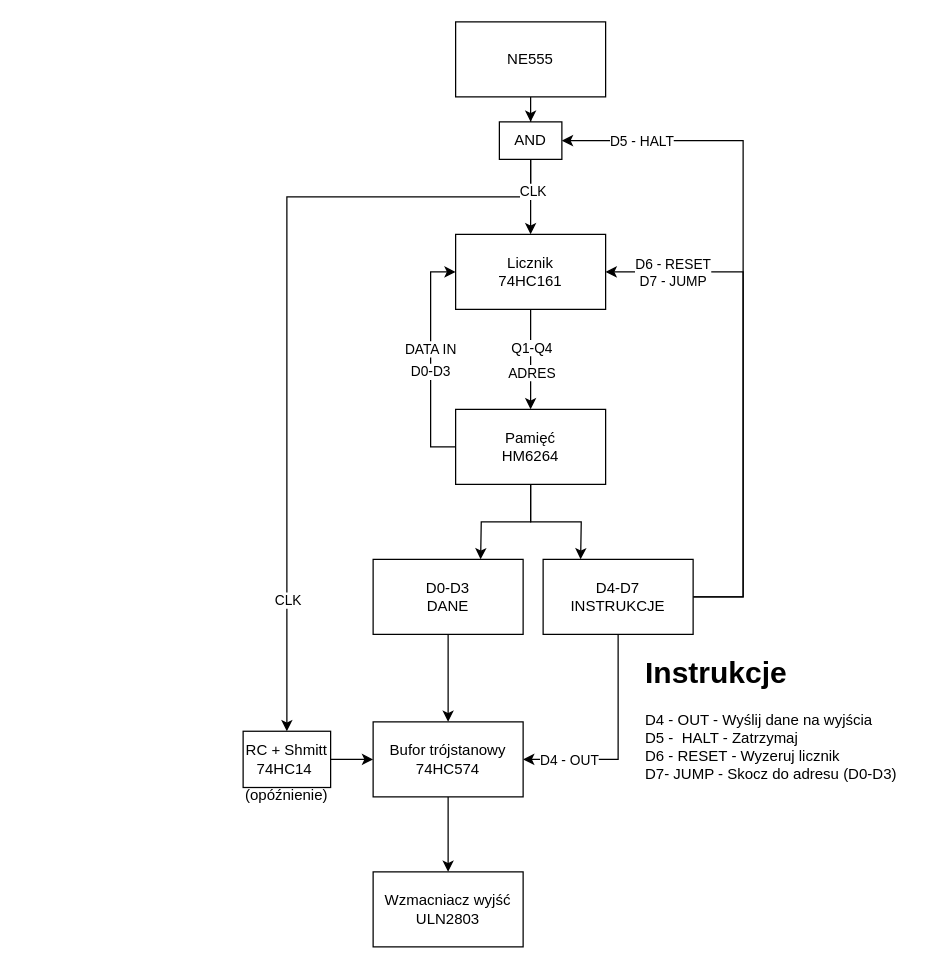
This is docs/Block-Diagram.drawio from JBogac/picoControler, a draw.io file, before an edit. Source tidied: cells renumbered, new cells numbered last; positions are measured from the earlier drawing's top-left corner, leaving out a move shared by most shapes. Both pictures are drawn from the tidied source at 125%, with x=0, y=0 at pixel (242, 21).
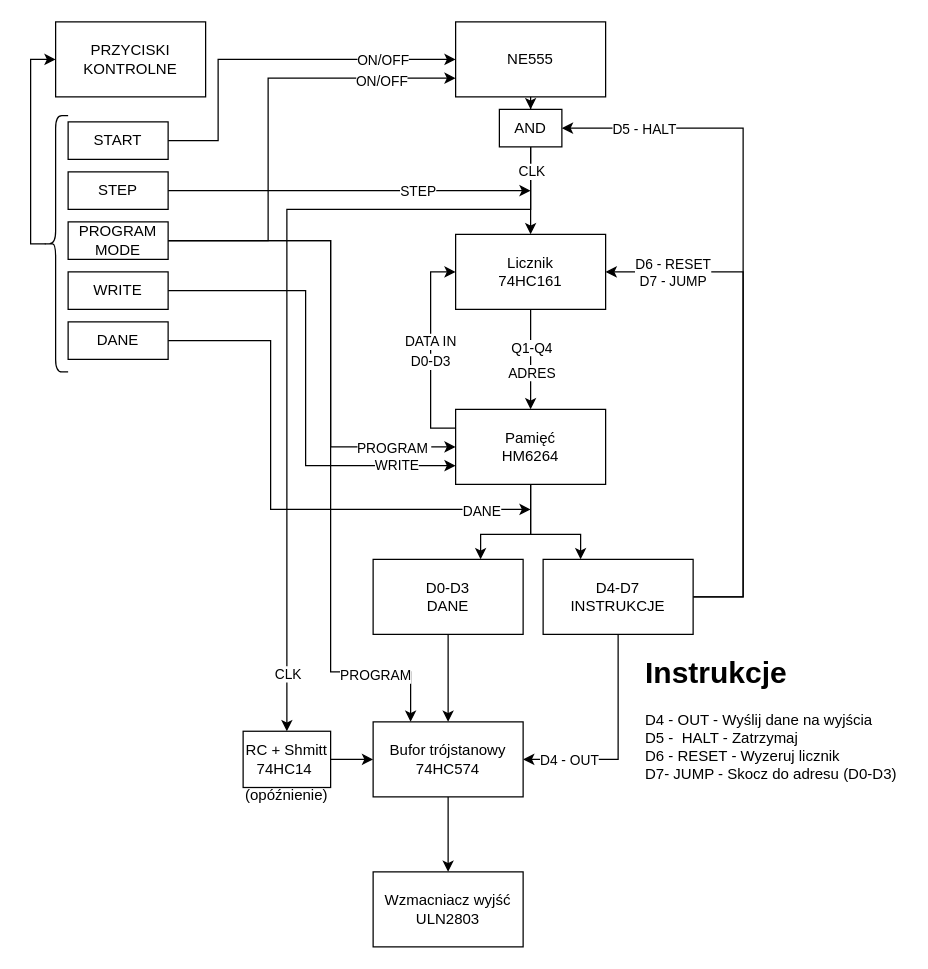
The same page after the edit.

Commit message (it also covers changes not shown here):
Dodano Sterowanie do diagramu blokowego

Unchanged cells that the change refers to:
```xml
<mxCell id="5" value="NE555" style="rounded=0;whiteSpace=wrap;html=1;" parent="1" vertex="1">
  <mxGeometry x="170" width="120" height="60" as="geometry" />
</mxCell>
<mxCell id="9" value="Licznik&lt;div&gt;74HC161&lt;/div&gt;" style="rounded=0;whiteSpace=wrap;html=1;" parent="1" vertex="1">
  <mxGeometry x="170" y="170" width="120" height="60" as="geometry" />
</mxCell>
<mxCell id="15" value="Pamięć&lt;div&gt;HM6264&lt;/div&gt;" style="rounded=0;whiteSpace=wrap;html=1;" parent="1" vertex="1">
  <mxGeometry x="170" y="310" width="120" height="60" as="geometry" />
</mxCell>
<mxCell id="24" value="D4-D7&lt;div&gt;INSTRUKCJE&lt;/div&gt;" style="whiteSpace=wrap;html=1;" parent="1" vertex="1">
  <mxGeometry x="240" y="430" width="120" height="60" as="geometry" />
</mxCell>
<mxCell id="26" style="edgeStyle=orthogonalEdgeStyle;rounded=0;jettySize=auto;html=1;exitX=0.5;exitY=1;exitDx=0;exitDy=0;entryX=0.5;entryY=0;entryDx=0;entryDy=0;" parent="1" edge="1" source="28" target="9">
  <mxGeometry relative="1" as="geometry" />
</mxCell>
<mxCell id="30" value="&lt;div&gt;Bufor trójstanowy&lt;/div&gt;74HC574 " style="whiteSpace=wrap;html=1;" parent="1" vertex="1">
  <mxGeometry x="104" y="560" width="120" height="60" as="geometry" />
</mxCell>
<mxCell id="33" value="RC + Shmitt&lt;div&gt;74HC14&amp;nbsp;&lt;/div&gt;" style="whiteSpace=wrap;html=1;" parent="1" vertex="1">
  <mxGeometry y="567.5" width="70" height="45" as="geometry" />
</mxCell>
```

Diff of the diagram source:
```diff
@@
     <mxCell id="3" style="edgeStyle=orthogonalEdgeStyle;rounded=0;jettySize=auto;html=1;entryX=0.5;entryY=0;entryDx=0;entryDy=0;exitX=0.5;exitY=1;exitDx=0;exitDy=0;" parent="1" edge="1" source="28" target="33">
       <mxGeometry relative="1" as="geometry">
         <Array as="points">
-          <mxPoint x="230" y="140" />
-          <mxPoint x="35" y="140" />
+          <mxPoint x="230" y="150" />
+          <mxPoint x="35" y="150" />
         </Array>
       </mxGeometry>
     </mxCell>
     <mxCell id="4" value="CLK" style="edgeLabel;html=1;align=center;verticalAlign=middle;" parent="3" vertex="1">
       <mxGeometry x="0.74" relative="1" as="geometry">
-        <mxPoint y="-21" as="offset" />
+        <mxPoint y="40" as="offset" />
       </mxGeometry>
     </mxCell>
@@
-    <mxCell id="10" style="edgeStyle=orthogonalEdgeStyle;rounded=0;jettySize=auto;html=1;entryX=0;entryY=0.5;entryDx=0;entryDy=0;exitX=0;exitY=0.5;exitDx=0;exitDy=0;" parent="1" edge="1" source="15" target="9">
+    <mxCell id="10" style="edgeStyle=orthogonalEdgeStyle;rounded=0;jettySize=auto;html=1;entryX=0;entryY=0.5;entryDx=0;entryDy=0;exitX=0;exitY=0.25;exitDx=0;exitDy=0;" parent="1" edge="1" source="15" target="9">
       <mxGeometry relative="1" as="geometry">
         <Array as="points">
-          <mxPoint x="150" y="340" />
+          <mxPoint x="150" y="325" />
           <mxPoint x="150" y="200" />
         </Array>
       </mxGeometry>
     </mxCell>
@@
     <mxCell id="13" style="edgeStyle=orthogonalEdgeStyle;rounded=0;jettySize=auto;html=1;exitX=0.5;exitY=1;exitDx=0;exitDy=0;" parent="1" edge="1" source="15">
       <mxGeometry relative="1" as="geometry">
         <mxPoint x="190" y="430" as="targetPoint" />
+        <Array as="points">
+          <mxPoint x="230" y="410" />
+          <mxPoint x="190" y="410" />
+        </Array>
       </mxGeometry>
     </mxCell>
     <mxCell id="14" style="edgeStyle=orthogonalEdgeStyle;rounded=0;jettySize=auto;html=1;exitX=0.5;exitY=1;exitDx=0;exitDy=0;" parent="1" edge="1" source="15">
       <mxGeometry relative="1" as="geometry">
         <mxPoint x="270" y="430" as="targetPoint" />
+        <Array as="points">
+          <mxPoint x="230" y="410" />
+          <mxPoint x="270" y="410" />
+        </Array>
       </mxGeometry>
     </mxCell>
@@
     <mxCell id="20" style="edgeStyle=orthogonalEdgeStyle;rounded=0;jettySize=auto;html=1;exitX=1;exitY=0.5;exitDx=0;exitDy=0;entryX=1;entryY=0.5;entryDx=0;entryDy=0;" parent="1" edge="1" source="24" target="28">
       <mxGeometry relative="1" as="geometry">
         <Array as="points">
           <mxPoint x="400" y="460" />
-          <mxPoint x="400" y="95" />
+          <mxPoint x="400" y="85" />
         </Array>
       </mxGeometry>
     </mxCell>
@@
     <mxCell id="27" value="CLK" style="edgeLabel;html=1;align=center;verticalAlign=middle;" parent="26" vertex="1">
-      <mxGeometry x="-0.16" y="1" relative="1" as="geometry" />
+      <mxGeometry x="-0.16" y="1" relative="1" as="geometry">
+        <mxPoint x="-1" y="-10" as="offset" />
+      </mxGeometry>
     </mxCell>
     <mxCell id="28" value="AND" style="whiteSpace=wrap;html=1;" parent="1" vertex="1">
-      <mxGeometry x="205" y="80" width="50" height="30" as="geometry" />
+      <mxGeometry x="205" y="70" width="50" height="30" as="geometry" />
     </mxCell>
@@
+    <mxCell id="35" value="PRZYCISKI KONTROLNE" style="rounded=0;whiteSpace=wrap;html=1;" parent="1" vertex="1">
+      <mxGeometry x="-150" width="120" height="60" as="geometry" />
+    </mxCell>
+    <mxCell id="36" style="edgeStyle=orthogonalEdgeStyle;rounded=0;jettySize=auto;html=1;exitX=1;exitY=0.5;exitDx=0;exitDy=0;entryX=0;entryY=0.5;entryDx=0;entryDy=0;" parent="1" edge="1" source="38" target="5">
+      <mxGeometry relative="1" as="geometry">
+        <Array as="points">
+          <mxPoint x="-20" y="95" />
+          <mxPoint x="-20" y="30" />
+        </Array>
+      </mxGeometry>
+    </mxCell>
+    <mxCell id="37" value="ON/OFF" style="edgeLabel;html=1;align=center;verticalAlign=middle;" parent="36" vertex="1">
+      <mxGeometry x="0.62" y="2" relative="1" as="geometry">
+        <mxPoint x="-3" y="2" as="offset" />
+      </mxGeometry>
+    </mxCell>
+    <mxCell id="38" value="START" style="rounded=0;whiteSpace=wrap;html=1;" parent="1" vertex="1">
+      <mxGeometry x="-140" y="80" width="80" height="30" as="geometry" />
+    </mxCell>
+    <mxCell id="39" style="edgeStyle=orthogonalEdgeStyle;rounded=0;jettySize=auto;html=1;exitX=1;exitY=0.5;exitDx=0;exitDy=0;" parent="1" edge="1" source="41">
+      <mxGeometry relative="1" as="geometry">
+        <mxPoint x="230" y="135" as="targetPoint" />
+        <Array as="points">
+          <mxPoint x="230" y="135" />
+        </Array>
+      </mxGeometry>
+    </mxCell>
+    <mxCell id="40" value="STEP" style="edgeLabel;html=1;align=center;verticalAlign=middle;" parent="39" vertex="1">
+      <mxGeometry x="0.51" y="1" relative="1" as="geometry">
+        <mxPoint x="-20" y="1" as="offset" />
+      </mxGeometry>
+    </mxCell>
+    <mxCell id="41" value="STEP" style="rounded=0;whiteSpace=wrap;html=1;" parent="1" vertex="1">
+      <mxGeometry x="-140" y="120" width="80" height="30" as="geometry" />
+    </mxCell>
+    <mxCell id="42" style="edgeStyle=orthogonalEdgeStyle;rounded=0;jettySize=auto;html=1;exitX=1;exitY=0.5;exitDx=0;exitDy=0;entryX=0;entryY=0.75;entryDx=0;entryDy=0;" parent="1" edge="1" source="48" target="5">
+      <mxGeometry relative="1" as="geometry">
+        <Array as="points">
+          <mxPoint x="20" y="175" />
+          <mxPoint x="20" y="45" />
+        </Array>
+      </mxGeometry>
+    </mxCell>
+    <mxCell id="43" value="ON/OFF" style="edgeLabel;html=1;align=center;verticalAlign=middle;" parent="42" vertex="1">
+      <mxGeometry x="0.72" y="-2" relative="1" as="geometry">
+        <mxPoint x="-10" as="offset" />
+      </mxGeometry>
+    </mxCell>
+    <mxCell id="44" style="edgeStyle=orthogonalEdgeStyle;rounded=0;jettySize=auto;html=1;exitX=1;exitY=0.5;exitDx=0;exitDy=0;entryX=0;entryY=0.5;entryDx=0;entryDy=0;" parent="1" edge="1" source="48" target="15">
+      <mxGeometry relative="1" as="geometry">
+        <Array as="points">
+          <mxPoint x="70" y="175" />
+          <mxPoint x="70" y="340" />
+        </Array>
+      </mxGeometry>
+    </mxCell>
+    <mxCell id="45" value="PROGRAM&amp;nbsp;" style="edgeLabel;html=1;align=center;verticalAlign=middle;imageWidth=24;" parent="44" vertex="1">
+      <mxGeometry x="0.73" y="-2" relative="1" as="geometry">
+        <mxPoint x="3" y="-2" as="offset" />
+      </mxGeometry>
+    </mxCell>
+    <mxCell id="46" style="edgeStyle=orthogonalEdgeStyle;rounded=0;jettySize=auto;html=1;exitX=1;exitY=0.5;exitDx=0;exitDy=0;entryX=0.25;entryY=0;entryDx=0;entryDy=0;" parent="1" edge="1" source="48" target="30">
+      <mxGeometry relative="1" as="geometry">
+        <Array as="points">
+          <mxPoint x="70" y="175" />
+          <mxPoint x="70" y="520" />
+          <mxPoint x="134" y="520" />
+        </Array>
+      </mxGeometry>
+    </mxCell>
+    <mxCell id="47" value="PROGRAM" style="edgeLabel;html=1;align=center;verticalAlign=middle;" parent="46" vertex="1">
+      <mxGeometry x="0.76" y="-2" relative="1" as="geometry" />
+    </mxCell>
+    <mxCell id="48" value="PROGRAM MODE" style="rounded=0;whiteSpace=wrap;html=1;" parent="1" vertex="1">
+      <mxGeometry x="-140" y="160" width="80" height="30" as="geometry" />
+    </mxCell>
+    <mxCell id="49" style="edgeStyle=orthogonalEdgeStyle;rounded=0;jettySize=auto;html=1;exitX=1;exitY=0.5;exitDx=0;exitDy=0;entryX=0;entryY=0.75;entryDx=0;entryDy=0;" parent="1" edge="1" source="51" target="15">
+      <mxGeometry relative="1" as="geometry">
+        <Array as="points">
+          <mxPoint x="50" y="215" />
+          <mxPoint x="50" y="355" />
+        </Array>
+      </mxGeometry>
+    </mxCell>
+    <mxCell id="50" value="WRITE" style="edgeLabel;html=1;align=center;verticalAlign=middle;" parent="49" vertex="1">
+      <mxGeometry x="0.74" y="1" relative="1" as="geometry" />
+    </mxCell>
+    <mxCell id="51" value="WRITE" style="rounded=0;whiteSpace=wrap;html=1;" parent="1" vertex="1">
+      <mxGeometry x="-140" y="200" width="80" height="30" as="geometry" />
+    </mxCell>
+    <mxCell id="52" style="edgeStyle=orthogonalEdgeStyle;rounded=0;jettySize=auto;html=1;exitX=1;exitY=0.5;exitDx=0;exitDy=0;" parent="1" edge="1" source="54">
+      <mxGeometry relative="1" as="geometry">
+        <mxPoint x="230" y="390" as="targetPoint" />
+        <Array as="points">
+          <mxPoint x="22" y="255" />
+          <mxPoint x="22" y="390" />
+          <mxPoint x="230" y="390" />
+        </Array>
+      </mxGeometry>
+    </mxCell>
+    <mxCell id="53" value="DANE" style="edgeLabel;html=1;align=center;verticalAlign=middle;" parent="52" vertex="1">
+      <mxGeometry x="0.5" y="-1" relative="1" as="geometry">
+        <mxPoint x="66" as="offset" />
+      </mxGeometry>
+    </mxCell>
+    <mxCell id="54" value="DANE" style="rounded=0;whiteSpace=wrap;html=1;" parent="1" vertex="1">
+      <mxGeometry x="-140" y="240" width="80" height="30" as="geometry" />
+    </mxCell>
+    <mxCell id="55" style="edgeStyle=orthogonalEdgeStyle;rounded=0;jettySize=auto;html=1;exitX=0.1;exitY=0.5;exitDx=0;exitDy=0;exitPerimeter=0;entryX=0;entryY=0.5;entryDx=0;entryDy=0;" parent="1" edge="1" source="56" target="35">
+      <mxGeometry relative="1" as="geometry">
+        <Array as="points">
+          <mxPoint x="-170" y="177" />
+          <mxPoint x="-170" y="30" />
+        </Array>
+      </mxGeometry>
+    </mxCell>
+    <mxCell id="56" style="shape=curlyBracket;whiteSpace=wrap;html=1;rounded=1;labelPosition=left;verticalLabelPosition=middle;align=right;verticalAlign=middle;" parent="1" vertex="1">
+      <mxGeometry x="-160" y="75" width="20" height="205" as="geometry" />
+    </mxCell>
```
